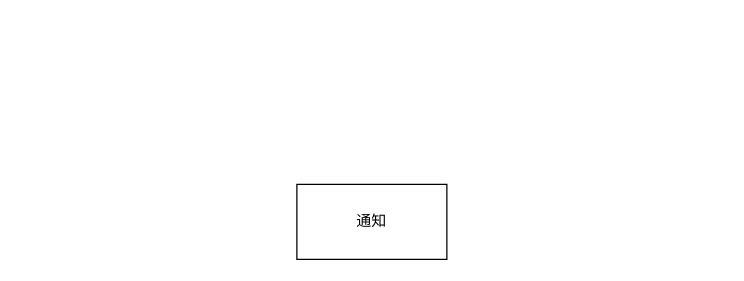
The draw.io diagram 通知实体属性.drawio in YuChenLiao/UML, before the edit. Source tidied: cells renumbered, new cells numbered last; positions are measured from the earlier drawing's top-left corner, leaving out a move shared by most shapes. Both pictures are drawn from the tidied source at 125%, with x=0, y=0 at pixel (296, 184).
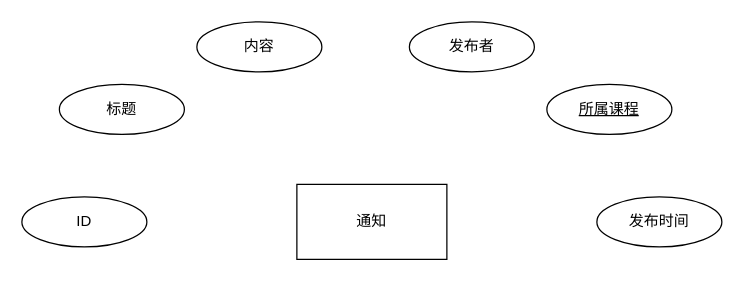
After the change.

Commit message (it also covers changes not shown here):
更新通知实体属性.drawio

Diff of the diagram source:
```diff
@@
 <mxGraphModel>
   <root>
     <mxCell id="0" />
     <mxCell id="1" parent="0" />
     <mxCell id="2" value="通知" style="rounded=0;whiteSpace=wrap;html=1;" parent="1" vertex="1">
       <mxGeometry width="120" height="60" as="geometry" />
     </mxCell>
+    <mxCell id="3" value="ID" style="ellipse;whiteSpace=wrap;html=1;align=center;" parent="1" vertex="1">
+      <mxGeometry x="-220" y="10" width="100" height="40" as="geometry" />
+    </mxCell>
+    <mxCell id="4" value="标题" style="ellipse;whiteSpace=wrap;html=1;align=center;" parent="1" vertex="1">
+      <mxGeometry x="-190" y="-80" width="100" height="40" as="geometry" />
+    </mxCell>
+    <mxCell id="5" value="内容" style="ellipse;whiteSpace=wrap;html=1;align=center;" parent="1" vertex="1">
+      <mxGeometry x="-80" y="-130" width="100" height="40" as="geometry" />
+    </mxCell>
+    <mxCell id="6" value="发布者" style="ellipse;whiteSpace=wrap;html=1;align=center;" parent="1" vertex="1">
+      <mxGeometry x="90" y="-130" width="100" height="40" as="geometry" />
+    </mxCell>
+    <mxCell id="7" value="所属课程" style="ellipse;whiteSpace=wrap;html=1;align=center;fontStyle=4;" parent="1" vertex="1">
+      <mxGeometry x="200" y="-80" width="100" height="40" as="geometry" />
+    </mxCell>
+    <mxCell id="8" value="发布时间" style="ellipse;whiteSpace=wrap;html=1;align=center;" parent="1" vertex="1">
+      <mxGeometry x="240" y="10" width="100" height="40" as="geometry" />
+    </mxCell>
   </root>
 </mxGraphModel>
```
